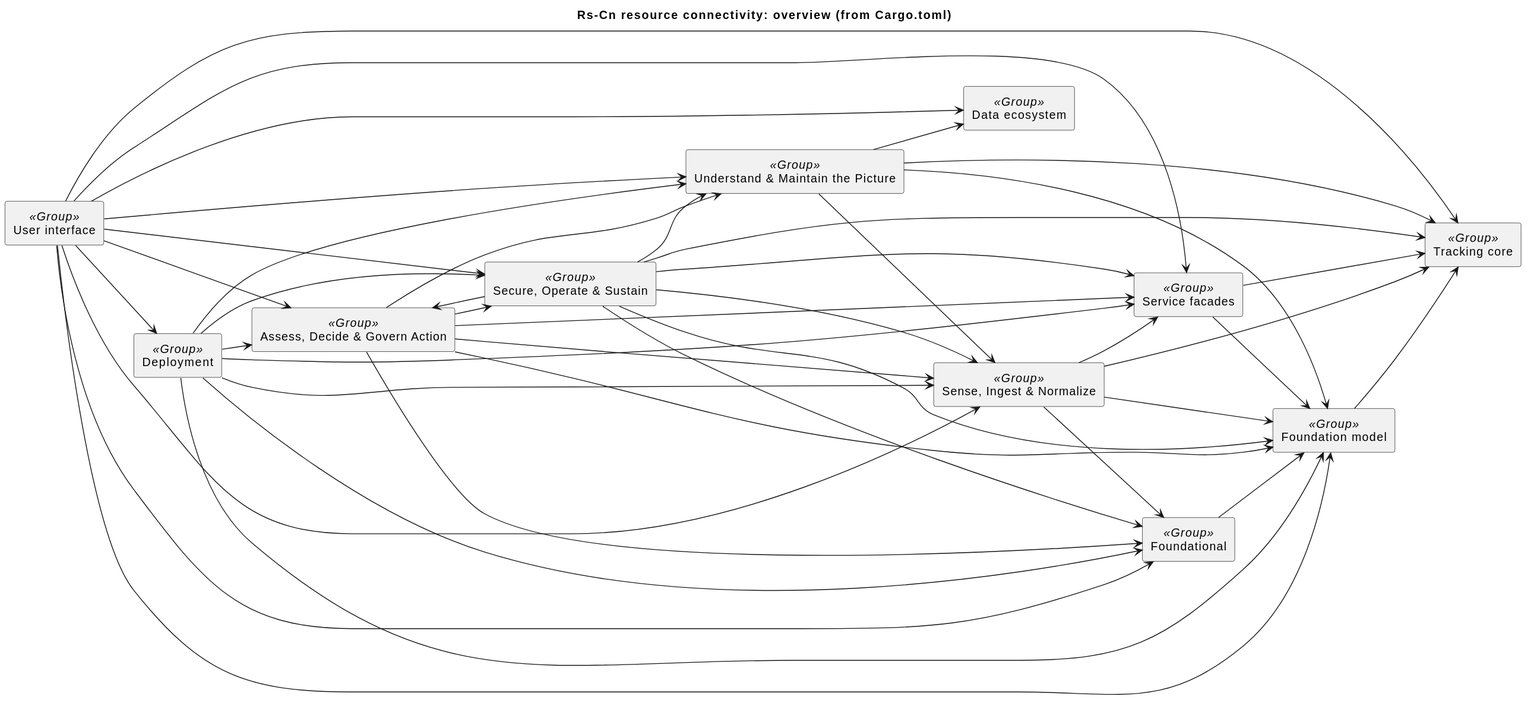
The PlantUML diagram docs/architecture/uaf/rendered/resources/Rs-Cn-overview.svg in WayneRoessling/gungnir, before a commit.
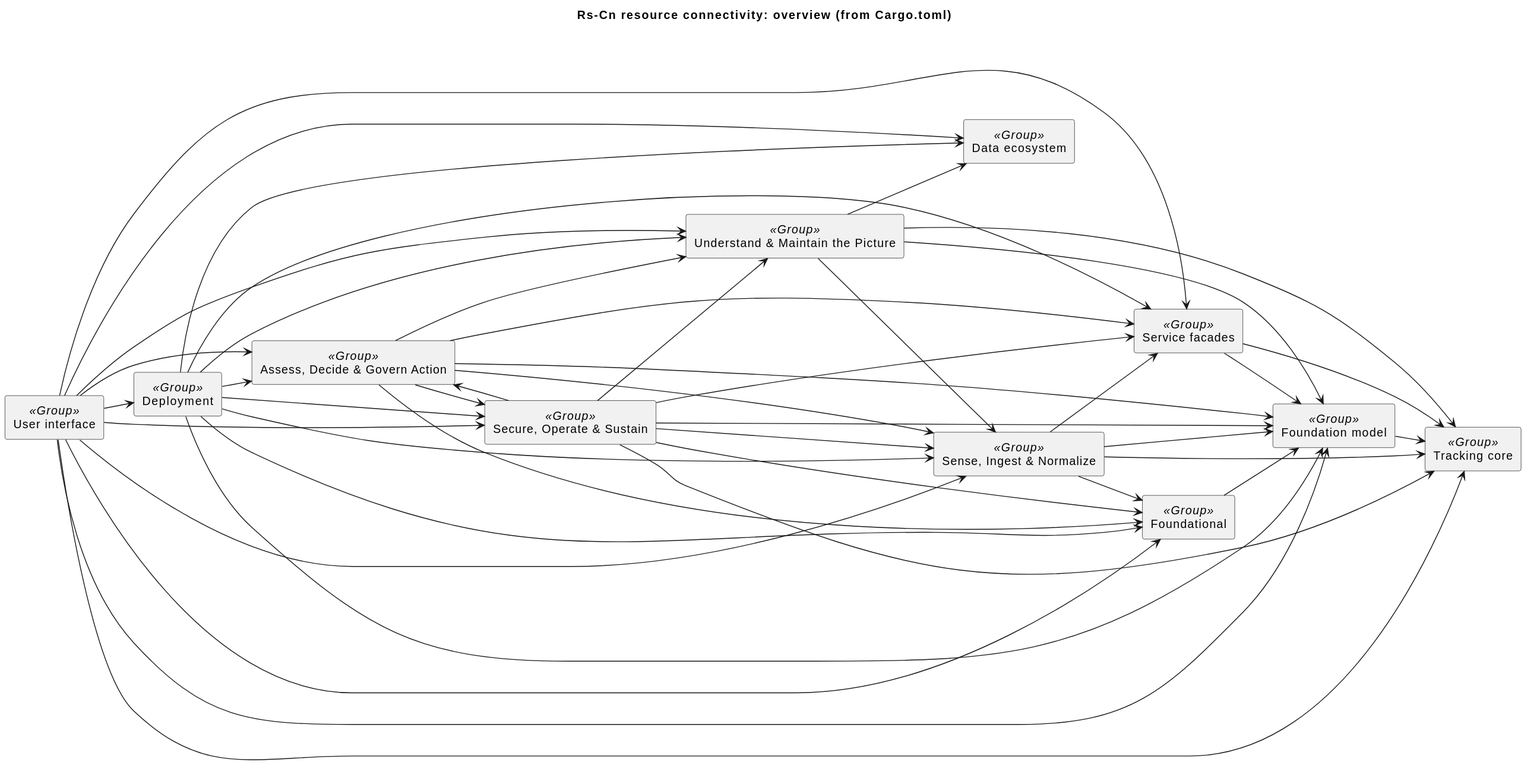
Later version of the same file.

Diff of the diagram source:
```diff
@@ -52,6 +52,7 @@
 deployment --> secure_operate_sustain
 deployment --> assess_decide_govern_action
 deployment --> understand_maintain_the_picture
+deployment --> data_ecosystem
 secure_operate_sustain --> sense_ingest_normalize
 secure_operate_sustain --> tracking_core
 sense_ingest_normalize --> tracking_core
```
